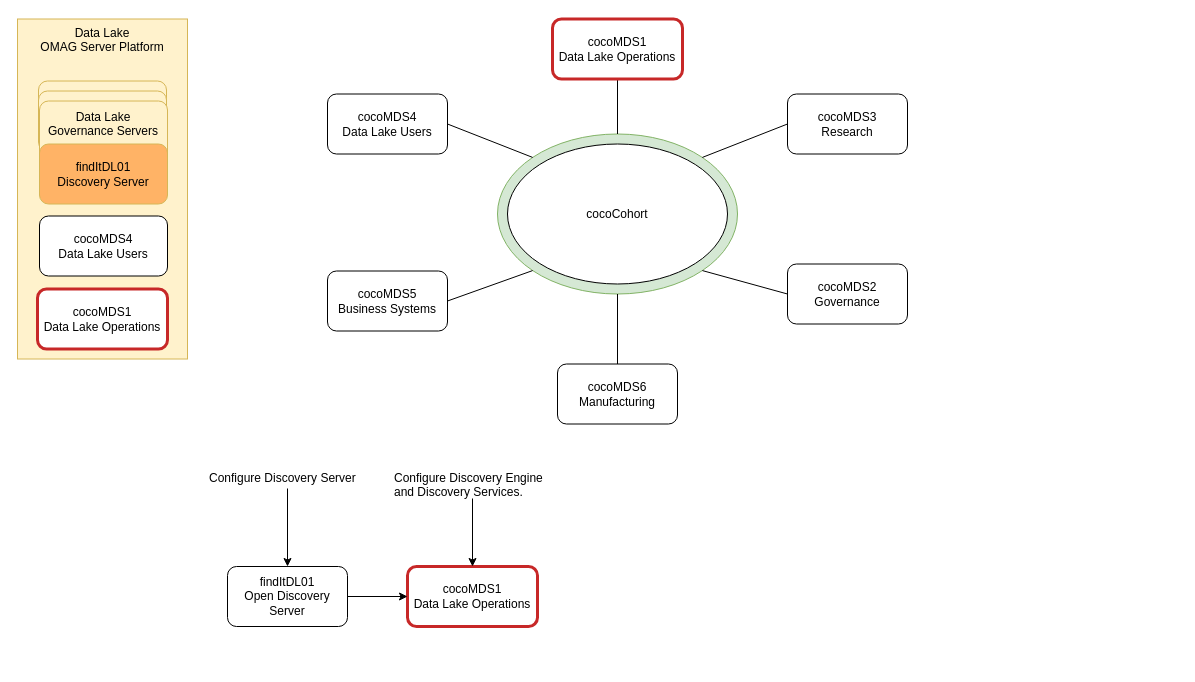
odpi/egeria-coco-labs keeps this draw.io diagram as page "discovery-servers" (5 of 8) of images/coco-pharmaceuticals-systems.drawio. Above is the earlier version. Source tidied: cells renumbered, new cells numbered last; positions are measured from the earlier drawing's top-left corner, leaving out a move shared by most shapes. Both pictures are drawn from the tidied source at 100%, with x=0, y=0 at pixel (17, 18).
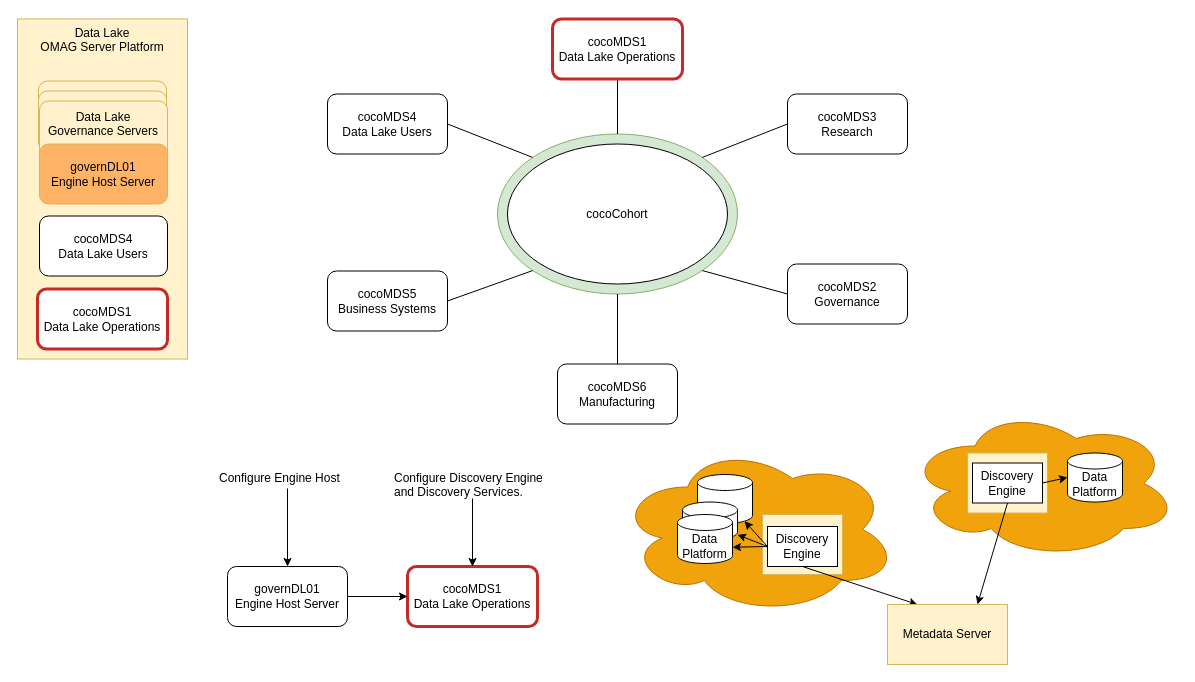
After the change.

The edit, as a diff of the source:
```diff
@@
+    <mxCell id="31" style="ellipse;shape=cloud;whiteSpace=wrap;html=1;fillColor=#f0a30a;strokeColor=#BD7000;fontColor=#ffffff;" parent="1" vertex="1">
+      <mxGeometry x="600" y="426" width="280" height="170" as="geometry" />
+    </mxCell>
+    <mxCell id="32" style="ellipse;shape=cloud;whiteSpace=wrap;html=1;fillColor=#f0a30a;strokeColor=#BD7000;fontColor=#ffffff;" parent="1" vertex="1">
+      <mxGeometry x="890" y="390" width="270" height="150" as="geometry" />
+    </mxCell>
+    <mxCell id="33" style="rounded=0;whiteSpace=wrap;html=1;fillColor=#fff2cc;strokeColor=#d6b656;" parent="1" vertex="1">
+      <mxGeometry x="745" y="496" width="80" height="60" as="geometry" />
+    </mxCell>
+    <mxCell id="34" style="rounded=0;whiteSpace=wrap;html=1;fillColor=#fff2cc;strokeColor=#d6b656;" parent="1" vertex="1">
+      <mxGeometry x="950" y="434.5" width="80" height="60" as="geometry" />
+    </mxCell>
@@
-    <mxCell id="8" value="&lt;span style=&quot;text-align: left&quot;&gt;findItDL01&lt;br&gt;Discovery Server&lt;/span&gt;" style="rounded=1;whiteSpace=wrap;html=1;fillColor=#FFB366;strokeColor=#d6b656;" parent="1" vertex="1">
+    <mxCell id="8" value="&lt;span style=&quot;text-align: left&quot;&gt;governDL01&lt;br&gt;Engine Host Server&lt;/span&gt;" style="rounded=1;whiteSpace=wrap;html=1;fillColor=#FFB366;strokeColor=#d6b656;" parent="1" vertex="1">
       <mxGeometry x="22" y="125.5" width="128" height="60" as="geometry" />
     </mxCell>
@@
-    <mxCell id="26" value="findItDL01&lt;br&gt;Open Discovery Server" style="rounded=1;whiteSpace=wrap;html=1;" parent="1" vertex="1">
+    <mxCell id="26" value="governDL01&lt;br&gt;Engine Host Server" style="rounded=1;whiteSpace=wrap;html=1;" parent="1" vertex="1">
       <mxGeometry x="210" y="548" width="120" height="60" as="geometry" />
     </mxCell>
@@
-    <mxCell id="28" value="Configure Discovery Server" style="text;html=1;points=[];align=left;verticalAlign=top;spacingTop=-4;" parent="1" vertex="1">
-      <mxGeometry x="190" y="450" width="160" height="20" as="geometry" />
+    <mxCell id="28" value="Configure Engine Host" style="text;html=1;points=[];align=left;verticalAlign=top;spacingTop=-4;" parent="1" vertex="1">
+      <mxGeometry x="200" y="450" width="140" height="20" as="geometry" />
     </mxCell>
@@
+    <mxCell id="35" style="rounded=0;jettySize=auto;html=1;exitX=0;exitY=0.5;exitDx=0;exitDy=0;entryX=1;entryY=0;entryDx=0;entryDy=32.75;entryPerimeter=0;fontColor=#000000;" parent="1" edge="1" source="39" target="42">
+      <mxGeometry relative="1" as="geometry" />
+    </mxCell>
+    <mxCell id="36" style="edgeStyle=none;rounded=0;jettySize=auto;html=1;exitX=0;exitY=0.5;exitDx=0;exitDy=0;entryX=0.855;entryY=1;entryDx=0;entryDy=-2.32;entryPerimeter=0;fontColor=#000000;" parent="1" edge="1" source="39" target="40">
+      <mxGeometry relative="1" as="geometry" />
+    </mxCell>
+    <mxCell id="37" style="edgeStyle=none;rounded=0;jettySize=auto;html=1;exitX=0;exitY=0.5;exitDx=0;exitDy=0;fontColor=#000000;entryX=1;entryY=0;entryDx=0;entryDy=32.75;entryPerimeter=0;" parent="1" edge="1" source="39" target="41">
+      <mxGeometry relative="1" as="geometry" />
+    </mxCell>
+    <mxCell id="38" style="edgeStyle=none;rounded=0;jettySize=auto;html=1;exitX=0.5;exitY=1;exitDx=0;exitDy=0;entryX=0.25;entryY=0;entryDx=0;entryDy=0;fontColor=#000000;" parent="1" edge="1" source="39" target="43">
+      <mxGeometry relative="1" as="geometry" />
+    </mxCell>
+    <mxCell id="39" value="Discovery&lt;br&gt;Engine" style="rounded=0;whiteSpace=wrap;html=1;fontColor=#000000;" parent="1" vertex="1">
+      <mxGeometry x="750" y="508" width="70" height="40" as="geometry" />
+    </mxCell>
+    <mxCell id="40" style="shape=cylinder3;whiteSpace=wrap;html=1;boundedLbl=1;backgroundOutline=1;size=8;fontColor=#000000;" parent="1" vertex="1">
+      <mxGeometry x="680" y="456" width="55" height="49" as="geometry" />
+    </mxCell>
+    <mxCell id="41" style="shape=cylinder3;whiteSpace=wrap;html=1;boundedLbl=1;backgroundOutline=1;size=8;fontColor=#000000;" parent="1" vertex="1">
+      <mxGeometry x="665" y="483.5" width="55" height="38" as="geometry" />
+    </mxCell>
+    <mxCell id="42" value="Data Platform" style="shape=cylinder3;whiteSpace=wrap;html=1;boundedLbl=1;backgroundOutline=1;size=8;fontColor=#000000;" parent="1" vertex="1">
+      <mxGeometry x="660" y="496" width="55" height="49" as="geometry" />
+    </mxCell>
+    <mxCell id="43" value="Metadata Server" style="rounded=0;whiteSpace=wrap;html=1;fillColor=#fff2cc;strokeColor=#d6b656;" parent="1" vertex="1">
+      <mxGeometry x="870" y="586" width="120" height="60" as="geometry" />
+    </mxCell>
+    <mxCell id="44" style="edgeStyle=none;rounded=0;jettySize=auto;html=1;exitX=1;exitY=0.5;exitDx=0;exitDy=0;entryX=0;entryY=0.5;entryDx=0;entryDy=0;entryPerimeter=0;fontColor=#000000;" parent="1" edge="1" source="46" target="47">
+      <mxGeometry relative="1" as="geometry" />
+    </mxCell>
+    <mxCell id="45" style="edgeStyle=none;rounded=0;jettySize=auto;html=1;exitX=0.5;exitY=1;exitDx=0;exitDy=0;entryX=0.75;entryY=0;entryDx=0;entryDy=0;fontColor=#000000;" parent="1" edge="1" source="46" target="43">
+      <mxGeometry relative="1" as="geometry" />
+    </mxCell>
+    <mxCell id="46" value="Discovery&lt;br&gt;Engine" style="rounded=0;whiteSpace=wrap;html=1;fontColor=#000000;" parent="1" vertex="1">
+      <mxGeometry x="955" y="444.5" width="70" height="40" as="geometry" />
+    </mxCell>
+    <mxCell id="47" value="Data Platform" style="shape=cylinder3;whiteSpace=wrap;html=1;boundedLbl=1;backgroundOutline=1;size=8;fontColor=#000000;" parent="1" vertex="1">
+      <mxGeometry x="1050" y="434.5" width="55" height="49" as="geometry" />
+    </mxCell>
```
